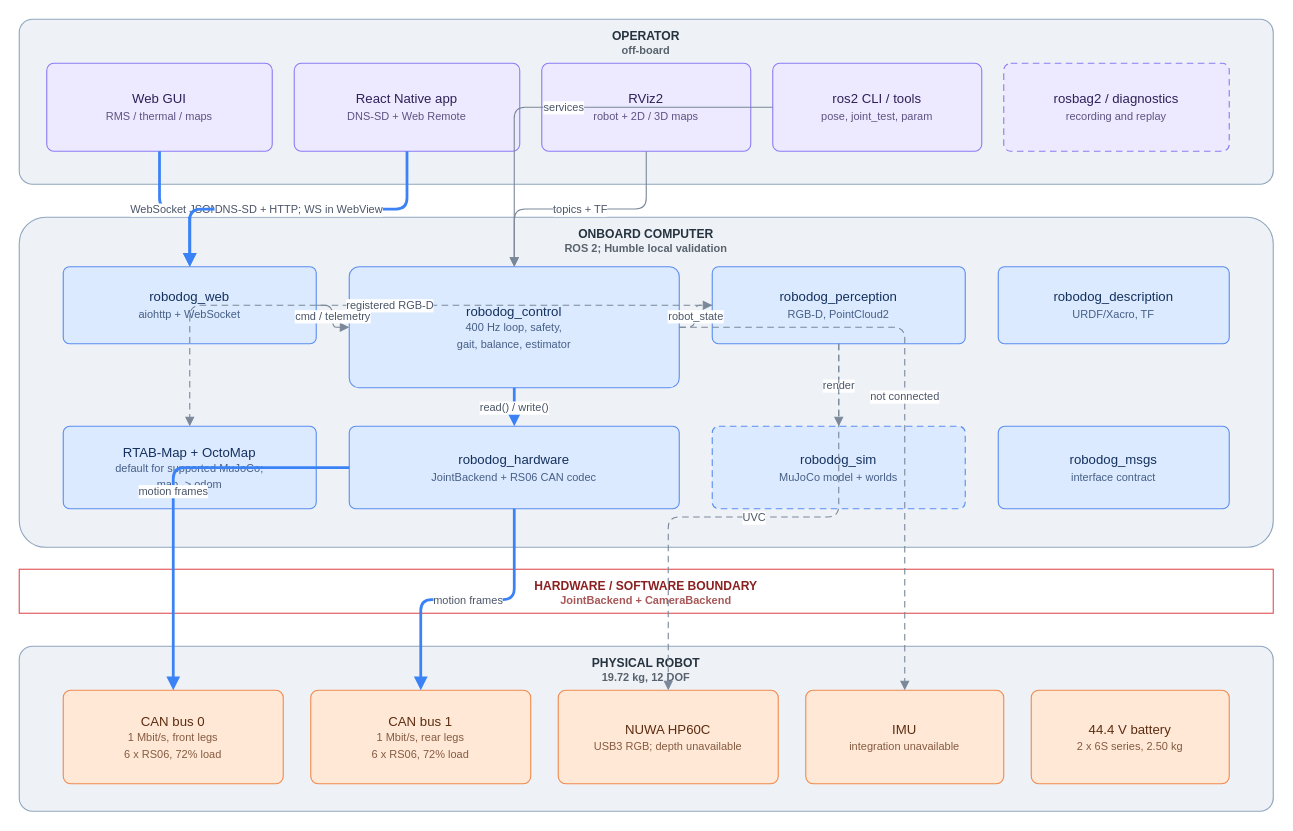
The draw.io diagram docs/diagrams/system_architecture.drawio in farouk15160/robodog, before the edit. Source tidied: cells renumbered, new cells numbered last; positions are measured from the earlier drawing's top-left corner, leaving out a move shared by most shapes. Both pictures are drawn from the tidied source at 110%, with x=0, y=0 at pixel (19, 19).
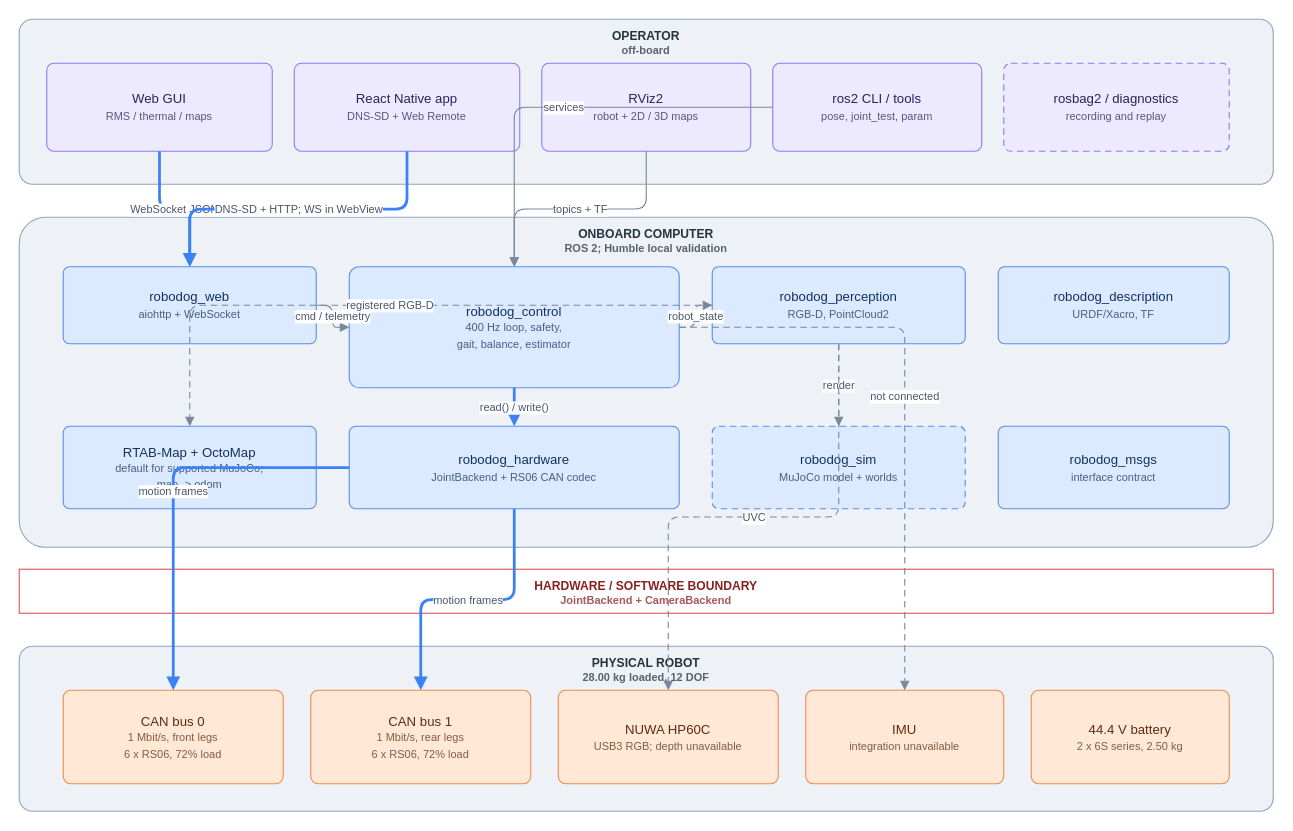
Above is the later version.

Diff of the diagram source:
```diff
@@
-    <mxCell id="5" value="PHYSICAL ROBOT&lt;br/&gt;&lt;font style='font-size:10px;opacity:0.75'&gt;19.72 kg, 12 DOF&lt;/font&gt;" style="rounded=1;whiteSpace=wrap;html=1;fillColor=#eef2f7;strokeColor=#8fa6bf;fontColor=#26333f;fontFamily=Helvetica;fontSize=12;arcSize=8;verticalAlign=middle;align=center;spacing=4;verticalAlign=top;fontStyle=1;fontSize=11;" parent="1" vertex="1">
+    <mxCell id="5" value="PHYSICAL ROBOT&lt;br/&gt;&lt;font style='font-size:10px;opacity:0.75'&gt;28.00 kg loaded, 12 DOF&lt;/font&gt;" style="rounded=1;whiteSpace=wrap;html=1;fillColor=#eef2f7;strokeColor=#8fa6bf;fontColor=#26333f;fontFamily=Helvetica;fontSize=12;arcSize=8;verticalAlign=middle;align=center;spacing=4;verticalAlign=top;fontStyle=1;fontSize=11;" parent="1" vertex="1">
       <mxGeometry y="570" width="1140" height="150" as="geometry" />
     </mxCell>
```
